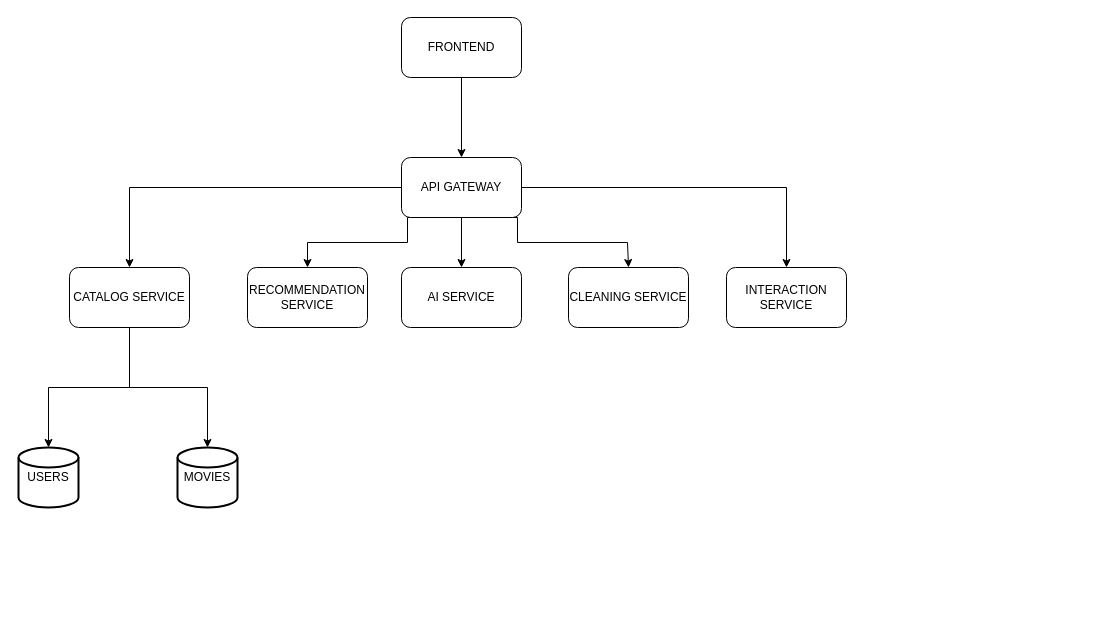
Earlier version of the draw.io diagram Arquitectura/Starflix architecture.drawio (jereet/Starflix). Source tidied: cells renumbered, new cells numbered last; positions are measured from the earlier drawing's top-left corner, leaving out a move shared by most shapes. Both pictures are drawn from the tidied source at 100%, with x=0, y=0 at pixel (18, 17).
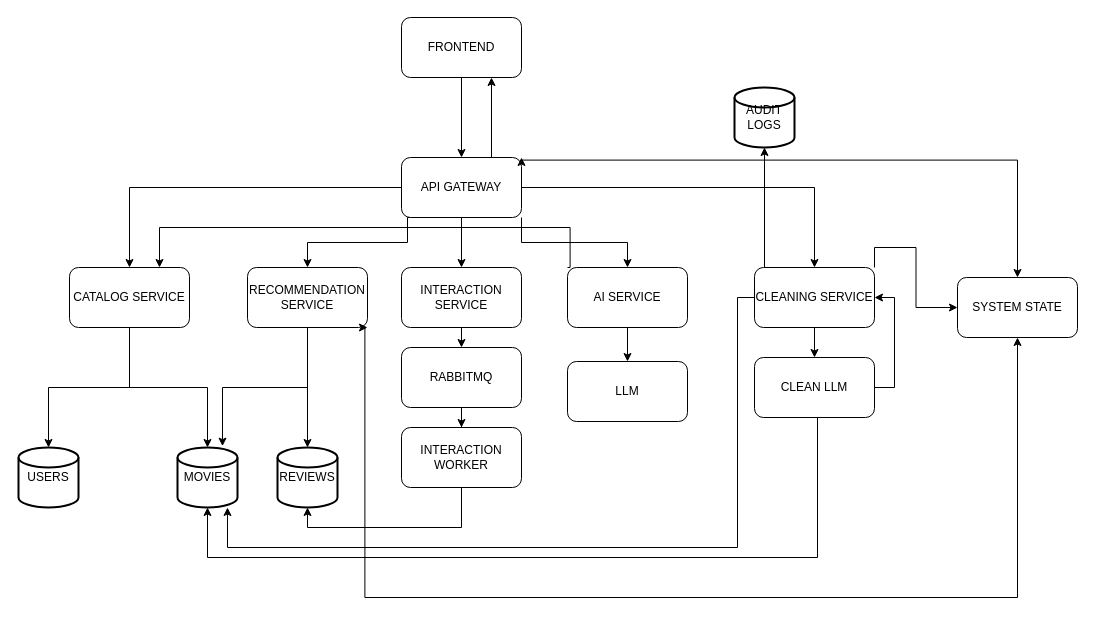
The same page after the edit.

The change refers to these unchanged cells:
```xml
<mxCell id="3" value="&lt;font style=&quot;font-size: 12px;&quot;&gt;FRONTEND&lt;/font&gt;" style="rounded=1;whiteSpace=wrap;html=1;roundedPerimeter=1;" parent="1" vertex="1">
  <mxGeometry x="383" width="120" height="60" as="geometry" />
</mxCell>
<mxCell id="9" value="API GATEWAY" style="whiteSpace=wrap;html=1;rounded=1;roundedPerimeter=1;" parent="1" vertex="1">
  <mxGeometry x="383" y="140" width="120" height="60" as="geometry" />
</mxCell>
<mxCell id="11" value="CATALOG SERVICE" style="whiteSpace=wrap;html=1;rounded=1;roundedPerimeter=1;" parent="1" vertex="1">
  <mxGeometry x="51" y="250" width="120" height="60" as="geometry" />
</mxCell>
<mxCell id="13" value="RECOMMENDATION SERVICE" style="whiteSpace=wrap;html=1;rounded=1;roundedPerimeter=1;" parent="1" vertex="1">
  <mxGeometry x="229" y="250" width="120" height="60" as="geometry" />
</mxCell>
<mxCell id="16" value="MOVIES" style="strokeWidth=2;html=1;shape=mxgraph.flowchart.database;whiteSpace=wrap;" parent="1" vertex="1">
  <mxGeometry x="159" y="430" width="60" height="60" as="geometry" />
</mxCell>
```

Diff of the diagram source:
```diff
@@
+    <mxCell id="6" style="edgeStyle=orthogonalEdgeStyle;rounded=0;jettySize=auto;html=1;defaultLabelBackgroundColor=page;labelPadding=0 4;entryX=0.5;entryY=0;entryDx=0;entryDy=0;exitX=0.25;exitY=1;exitDx=0;exitDy=0;" parent="1" edge="1" source="9" target="13">
+      <mxGeometry x="-0.38" relative="1" as="geometry">
+        <Array as="points">
+          <mxPoint x="389" y="200" />
+          <mxPoint x="389" y="225" />
+          <mxPoint x="289" y="225" />
+        </Array>
+      </mxGeometry>
+    </mxCell>
+    <mxCell id="8" style="edgeStyle=orthogonalEdgeStyle;rounded=0;jettySize=auto;html=1;defaultLabelBackgroundColor=page;labelPadding=0 4;" parent="1" edge="1" source="9" target="15">
+      <mxGeometry relative="1" as="geometry" />
+    </mxCell>
-    <mxCell id="5" style="edgeStyle=orthogonalEdgeStyle;rounded=0;jettySize=auto;html=1;defaultLabelBackgroundColor=page;labelPadding=0 4;" parent="1" edge="1" source="9" target="12">
+    <mxCell id="5" style="edgeStyle=orthogonalEdgeStyle;rounded=0;jettySize=auto;html=1;exitX=1;exitY=1;exitDx=0;exitDy=0;entryX=0.5;entryY=0;entryDx=0;entryDy=0;defaultLabelBackgroundColor=page;labelPadding=0 4;" parent="1" edge="1" source="9" target="12">
       <mxGeometry relative="1" as="geometry" />
     </mxCell>
-    <mxCell id="6" style="edgeStyle=orthogonalEdgeStyle;rounded=0;jettySize=auto;html=1;defaultLabelBackgroundColor=page;labelPadding=0 4;entryX=0.5;entryY=0;entryDx=0;entryDy=0;exitX=0.25;exitY=1;exitDx=0;exitDy=0;" parent="1" edge="1" source="9" target="13">
-      <mxGeometry x="-0.38" relative="1" as="geometry">
-        <Array as="points">
-          <mxPoint x="389" y="200" />
-          <mxPoint x="389" y="225" />
-          <mxPoint x="289" y="225" />
-        </Array>
-      </mxGeometry>
-    </mxCell>
-    <mxCell id="7" style="edgeStyle=orthogonalEdgeStyle;rounded=0;jettySize=auto;html=1;exitX=0.75;exitY=1;exitDx=0;exitDy=0;defaultLabelBackgroundColor=page;labelPadding=0 4;entryX=0.5;entryY=0;entryDx=0;entryDy=0;" parent="1" edge="1" source="9" target="14">
-      <mxGeometry x="-0.38" relative="1" as="geometry">
-        <Array as="points">
-          <mxPoint x="499" y="200" />
-          <mxPoint x="499" y="225" />
-          <mxPoint x="609" y="225" />
-        </Array>
-      </mxGeometry>
+    <mxCell id="7" style="edgeStyle=orthogonalEdgeStyle;rounded=0;jettySize=auto;html=1;exitX=1;exitY=0.5;exitDx=0;exitDy=0;entryX=0.5;entryY=0;entryDx=0;entryDy=0;defaultLabelBackgroundColor=page;labelPadding=0 4;" parent="1" edge="1" source="9" target="14">
+      <mxGeometry relative="1" as="geometry" />
     </mxCell>
-    <mxCell id="8" style="edgeStyle=orthogonalEdgeStyle;rounded=0;jettySize=auto;html=1;defaultLabelBackgroundColor=page;labelPadding=0 4;" parent="1" edge="1" source="9" target="15">
-      <mxGeometry relative="1" as="geometry" />
-    </mxCell>
+    <mxCell id="19" style="edgeStyle=orthogonalEdgeStyle;rounded=0;jettySize=auto;html=1;exitX=0.75;exitY=0;exitDx=0;exitDy=0;entryX=0.75;entryY=1;entryDx=0;entryDy=0;defaultLabelBackgroundColor=page;labelPadding=0 4;" parent="1" edge="1" source="9" target="3">
+      <mxGeometry relative="1" as="geometry" />
+    </mxCell>
@@
+    <mxCell id="20" style="edgeStyle=orthogonalEdgeStyle;rounded=0;jettySize=auto;html=1;defaultLabelBackgroundColor=page;labelPadding=0 4;" parent="1" edge="1" source="12" target="41">
+      <mxGeometry relative="1" as="geometry" />
+    </mxCell>
+    <mxCell id="21" style="edgeStyle=orthogonalEdgeStyle;rounded=0;jettySize=auto;html=1;exitX=0;exitY=0;exitDx=0;exitDy=0;entryX=0.75;entryY=0;entryDx=0;entryDy=0;defaultLabelBackgroundColor=page;labelPadding=0 4;" parent="1" edge="1" source="12" target="11">
+      <mxGeometry relative="1" as="geometry">
+        <Array as="points">
+          <mxPoint x="551.6" y="210" />
+          <mxPoint x="141" y="210" />
+        </Array>
+      </mxGeometry>
+    </mxCell>
-    <mxCell id="12" value="INTERACTION SERVICE" style="whiteSpace=wrap;html=1;rounded=1;roundedPerimeter=1;" parent="1" vertex="1">
-      <mxGeometry x="708" y="250" width="120" height="60" as="geometry" />
+    <mxCell id="12" value="AI SERVICE" style="whiteSpace=wrap;html=1;rounded=1;roundedPerimeter=1;" parent="1" vertex="1">
+      <mxGeometry x="549" y="250" width="120" height="60" as="geometry" />
     </mxCell>
+    <mxCell id="22" style="edgeStyle=orthogonalEdgeStyle;rounded=0;jettySize=auto;html=1;exitX=0.5;exitY=1;exitDx=0;exitDy=0;defaultLabelBackgroundColor=page;labelPadding=0 4;entryX=0.5;entryY=0;entryDx=0;entryDy=0;entryPerimeter=0;" parent="1" edge="1" source="13" target="28">
+      <mxGeometry relative="1" as="geometry" />
+    </mxCell>
@@
+    <mxCell id="23" style="edgeStyle=orthogonalEdgeStyle;rounded=0;jettySize=auto;html=1;defaultLabelBackgroundColor=page;labelPadding=0 4;" parent="1" edge="1" source="14" target="35">
+      <mxGeometry relative="1" as="geometry" />
+    </mxCell>
+    <mxCell id="24" style="edgeStyle=orthogonalEdgeStyle;rounded=0;jettySize=auto;html=1;exitX=0;exitY=0.5;exitDx=0;exitDy=0;defaultLabelBackgroundColor=page;labelPadding=0 4;entryX=0.833;entryY=1;entryDx=0;entryDy=0;entryPerimeter=0;" parent="1" edge="1" source="14" target="16">
+      <mxGeometry x="0.02" relative="1" as="geometry">
+        <Array as="points">
+          <mxPoint x="719" y="280" />
+          <mxPoint x="719" y="530" />
+          <mxPoint x="209" y="530" />
+        </Array>
+      </mxGeometry>
+    </mxCell>
+    <mxCell id="25" style="edgeStyle=orthogonalEdgeStyle;rounded=0;jettySize=auto;html=1;exitX=0.75;exitY=0;exitDx=0;exitDy=0;defaultLabelBackgroundColor=page;labelPadding=0 4;entryX=0.5;entryY=1;entryDx=0;entryDy=0;entryPerimeter=0;" parent="1" edge="1" target="37">
+      <mxGeometry x="0.56" relative="1" as="geometry">
+        <mxPoint x="813" y="250" as="sourcePoint" />
+        <Array as="points">
+          <mxPoint x="746" y="250" />
+          <mxPoint x="746" y="130" />
+        </Array>
+      </mxGeometry>
+    </mxCell>
+    <mxCell id="26" style="edgeStyle=orthogonalEdgeStyle;rounded=0;jettySize=auto;html=1;exitX=1;exitY=0;exitDx=0;exitDy=0;defaultLabelBackgroundColor=page;labelPadding=0 4;" parent="1" edge="1" source="14" target="40">
+      <mxGeometry relative="1" as="geometry" />
+    </mxCell>
     <mxCell id="14" value="CLEANING SERVICE" style="rounded=1;whiteSpace=wrap;html=1;roundedPerimeter=1;" parent="1" vertex="1">
-      <mxGeometry x="550" y="250" width="120" height="60" as="geometry" />
+      <mxGeometry x="736" y="250" width="120" height="60" as="geometry" />
     </mxCell>
+    <mxCell id="27" style="edgeStyle=orthogonalEdgeStyle;rounded=0;jettySize=auto;html=1;exitX=0.5;exitY=1;exitDx=0;exitDy=0;entryX=0.5;entryY=0;entryDx=0;entryDy=0;defaultLabelBackgroundColor=page;labelPadding=0 4;" parent="1" edge="1" source="15" target="31">
+      <mxGeometry relative="1" as="geometry" />
+    </mxCell>
-    <mxCell id="15" value="AI SERVICE" style="whiteSpace=wrap;html=1;rounded=1;roundedPerimeter=1;" parent="1" vertex="1">
+    <mxCell id="15" value="INTERACTION SERVICE" style="whiteSpace=wrap;html=1;rounded=1;roundedPerimeter=1;" parent="1" vertex="1">
       <mxGeometry x="383" y="250" width="120" height="60" as="geometry" />
     </mxCell>
@@
+    <mxCell id="28" value="REVIEWS" style="strokeWidth=2;html=1;shape=mxgraph.flowchart.database;whiteSpace=wrap;" parent="1" vertex="1">
+      <mxGeometry x="259" y="430" width="60" height="60" as="geometry" />
+    </mxCell>
+    <mxCell id="29" style="edgeStyle=orthogonalEdgeStyle;rounded=0;jettySize=auto;html=1;exitX=0.5;exitY=1;exitDx=0;exitDy=0;entryX=0.75;entryY=-0.023;entryDx=0;entryDy=0;entryPerimeter=0;defaultLabelBackgroundColor=page;labelPadding=0 4;" parent="1" edge="1" source="13" target="16">
+      <mxGeometry x="-0.02" relative="1" as="geometry" />
+    </mxCell>
+    <mxCell id="30" style="edgeStyle=orthogonalEdgeStyle;rounded=0;jettySize=auto;html=1;defaultLabelBackgroundColor=page;labelPadding=0 4;" parent="1" edge="1" source="31" target="32">
+      <mxGeometry relative="1" as="geometry" />
+    </mxCell>
+    <mxCell id="31" value="RABBITMQ" style="whiteSpace=wrap;html=1;rounded=1;roundedPerimeter=1;" parent="1" vertex="1">
+      <mxGeometry x="383" y="330" width="120" height="60" as="geometry" />
+    </mxCell>
+    <mxCell id="32" value="INTERACTION WORKER" style="whiteSpace=wrap;html=1;rounded=1;roundedPerimeter=1;" parent="1" vertex="1">
+      <mxGeometry x="383" y="410" width="120" height="60" as="geometry" />
+    </mxCell>
+    <mxCell id="33" style="edgeStyle=orthogonalEdgeStyle;rounded=0;jettySize=auto;html=1;entryX=0.5;entryY=1;entryDx=0;entryDy=0;entryPerimeter=0;defaultLabelBackgroundColor=page;labelPadding=0 4;" parent="1" edge="1" source="32" target="28">
+      <mxGeometry relative="1" as="geometry">
+        <Array as="points">
+          <mxPoint x="443" y="510" />
+          <mxPoint x="289" y="510" />
+        </Array>
+      </mxGeometry>
+    </mxCell>
+    <mxCell id="34" style="edgeStyle=orthogonalEdgeStyle;rounded=0;jettySize=auto;html=1;exitX=1;exitY=0.5;exitDx=0;exitDy=0;entryX=1;entryY=0.5;entryDx=0;entryDy=0;defaultLabelBackgroundColor=page;labelPadding=0 4;" parent="1" edge="1" source="35" target="14">
+      <mxGeometry relative="1" as="geometry" />
+    </mxCell>
+    <mxCell id="35" value="CLEAN LLM" style="whiteSpace=wrap;html=1;rounded=1;roundedPerimeter=1;" parent="1" vertex="1">
+      <mxGeometry x="736" y="340" width="120" height="60" as="geometry" />
+    </mxCell>
+    <mxCell id="36" style="edgeStyle=orthogonalEdgeStyle;rounded=0;jettySize=auto;html=1;entryX=0.5;entryY=1;entryDx=0;entryDy=0;entryPerimeter=0;defaultLabelBackgroundColor=page;labelPadding=0 4;" parent="1" edge="1" source="35" target="16">
+      <mxGeometry x="0.04" relative="1" as="geometry">
+        <Array as="points">
+          <mxPoint x="799" y="540" />
+          <mxPoint x="189" y="540" />
+        </Array>
+      </mxGeometry>
+    </mxCell>
+    <mxCell id="37" value="AUDIT LOGS" style="strokeWidth=2;html=1;shape=mxgraph.flowchart.database;whiteSpace=wrap;" parent="1" vertex="1">
+      <mxGeometry x="716" y="70" width="60" height="60" as="geometry" />
+    </mxCell>
+    <mxCell id="38" style="edgeStyle=orthogonalEdgeStyle;rounded=0;jettySize=auto;html=1;entryX=1;entryY=1;entryDx=0;entryDy=0;defaultLabelBackgroundColor=page;labelPadding=0 4;startArrow=classic;startFill=1;" parent="1" edge="1" source="40" target="13">
+      <mxGeometry x="-0.47" relative="1" as="geometry">
+        <Array as="points">
+          <mxPoint x="999" y="580" />
+          <mxPoint x="346.4" y="580" />
+        </Array>
+      </mxGeometry>
+    </mxCell>
+    <mxCell id="39" style="edgeStyle=orthogonalEdgeStyle;rounded=0;jettySize=auto;html=1;exitX=0.5;exitY=0;exitDx=0;exitDy=0;entryX=1;entryY=0;entryDx=0;entryDy=0;defaultLabelBackgroundColor=page;labelPadding=0 4;startArrow=classic;startFill=1;" parent="1" edge="1" source="40" target="9">
+      <mxGeometry relative="1" as="geometry">
+        <Array as="points">
+          <mxPoint x="999" y="142.6" />
+        </Array>
+      </mxGeometry>
+    </mxCell>
+    <mxCell id="40" value="SYSTEM STATE" style="rounded=1;whiteSpace=wrap;html=1;roundedPerimeter=1;" parent="1" vertex="1">
+      <mxGeometry x="939" y="260" width="120" height="60" as="geometry" />
+    </mxCell>
+    <mxCell id="41" value="LLM" style="rounded=1;whiteSpace=wrap;html=1;roundedPerimeter=1;" parent="1" vertex="1">
+      <mxGeometry x="549" y="344" width="120" height="60" as="geometry" />
+    </mxCell>
```
